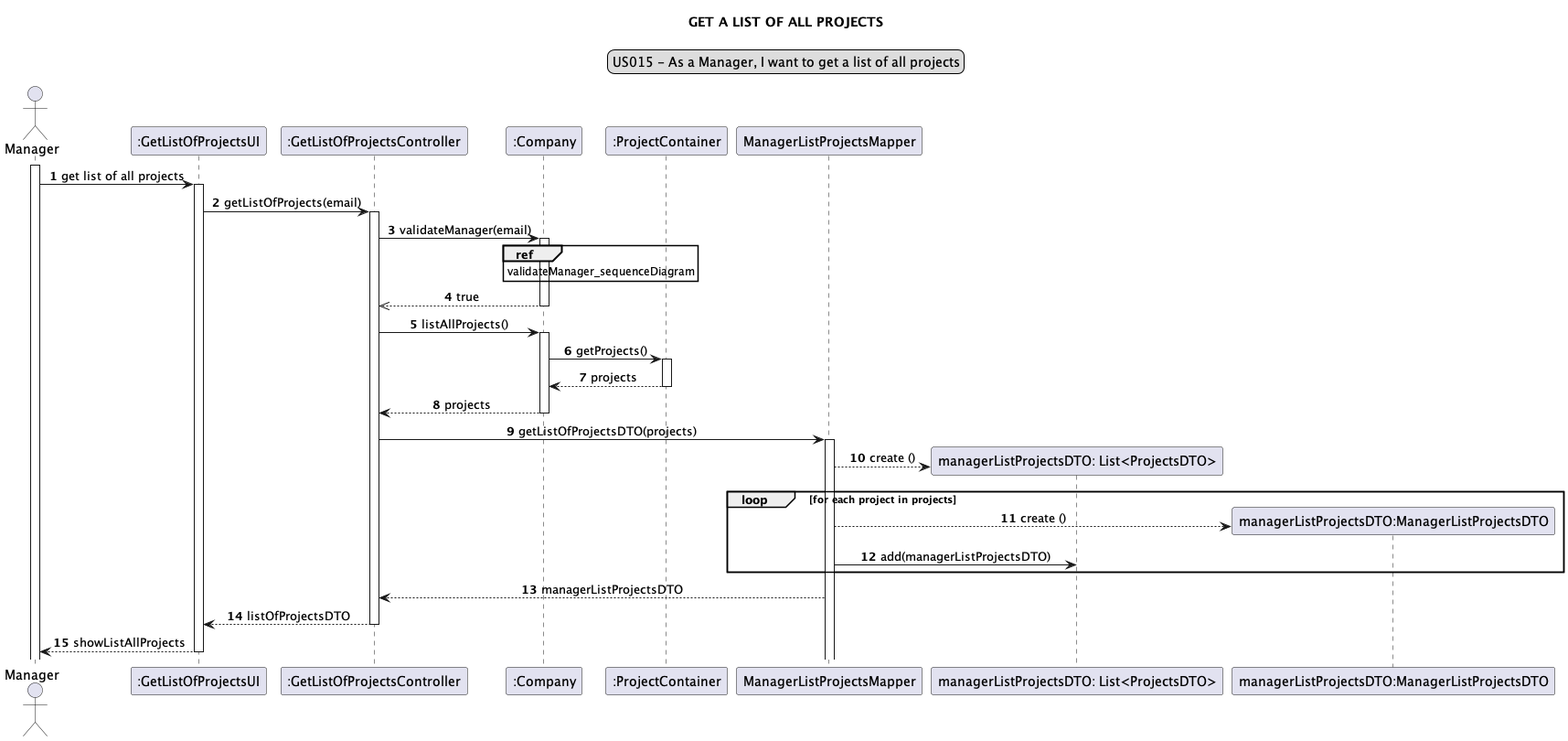
The PlantUML diagram docs/modelling_design/user_stories/sprint02/us015/US015_sequenceDiagram-GET_A_LIST_OF_ALL_PROJECTS.png in Loracline/project_switch_22-23, before a commit. The source it was exported from:
```plantuml
@startuml
skinparam sequenceMessageAlign center
title GET A LIST OF ALL PROJECTS
legend top
US015 - As a Manager, I want to get a list of all projects
end legend
autonumber
actor Manager
participant ":GetListOfProjectsUI" as ui
participant ":GetListOfProjectsController" as controller
participant ":Company" as company
participant ":ProjectContainer" as pc
participant "ManagerListProjectsMapper" as mapper
participant "managerListProjectsDTO: List<ProjectsDTO>" as list
participant "managerListProjectsDTO:ManagerListProjectsDTO" as DTO

activate Manager
Manager -> ui: get list of all projects
activate ui
ui -> controller: getListOfProjects(email)
activate controller
controller -> company: validateManager(email)
activate company
ref over company: validateManager_sequenceDiagram
company -->> controller: true
deactivate company


deactivate company
controller -> company: listAllProjects()
activate company
company -> pc: getProjects()
activate pc
pc --> company: projects
deactivate pc
company --> controller: projects
deactivate company
controller -> mapper: getListOfProjectsDTO(projects)
activate mapper
create list
mapper --> list: create ()
loop for each project in projects
create DTO
mapper --> DTO: create ()
mapper -> list: add(managerListProjectsDTO)
end loop
controller <-- mapper: managerListProjectsDTO
ui <-- controller: listOfProjectsDTO
deactivate controller
ui --> Manager: showListAllProjects
deactivate ui
@enduml
```
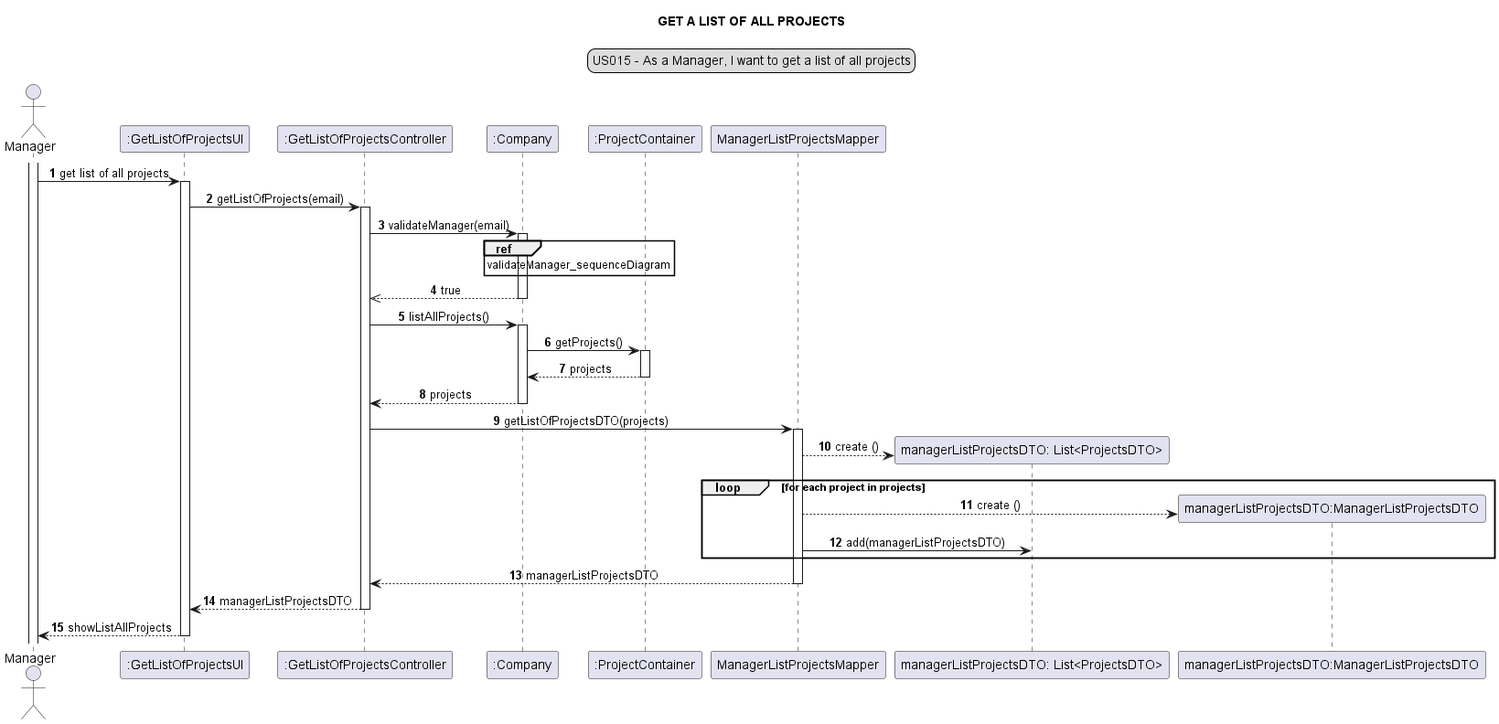
Above is the later version.

The edit, as a diff of the source:
```diff
@@ -45,7 +45,8 @@
 mapper -> list: add(managerListProjectsDTO)
 end loop
 controller <-- mapper: managerListProjectsDTO
-ui <-- controller: listOfProjectsDTO
+deactivate mapper
+ui <-- controller: managerListProjectsDTO
 deactivate controller
 ui --> Manager: showListAllProjects
 deactivate ui
```
